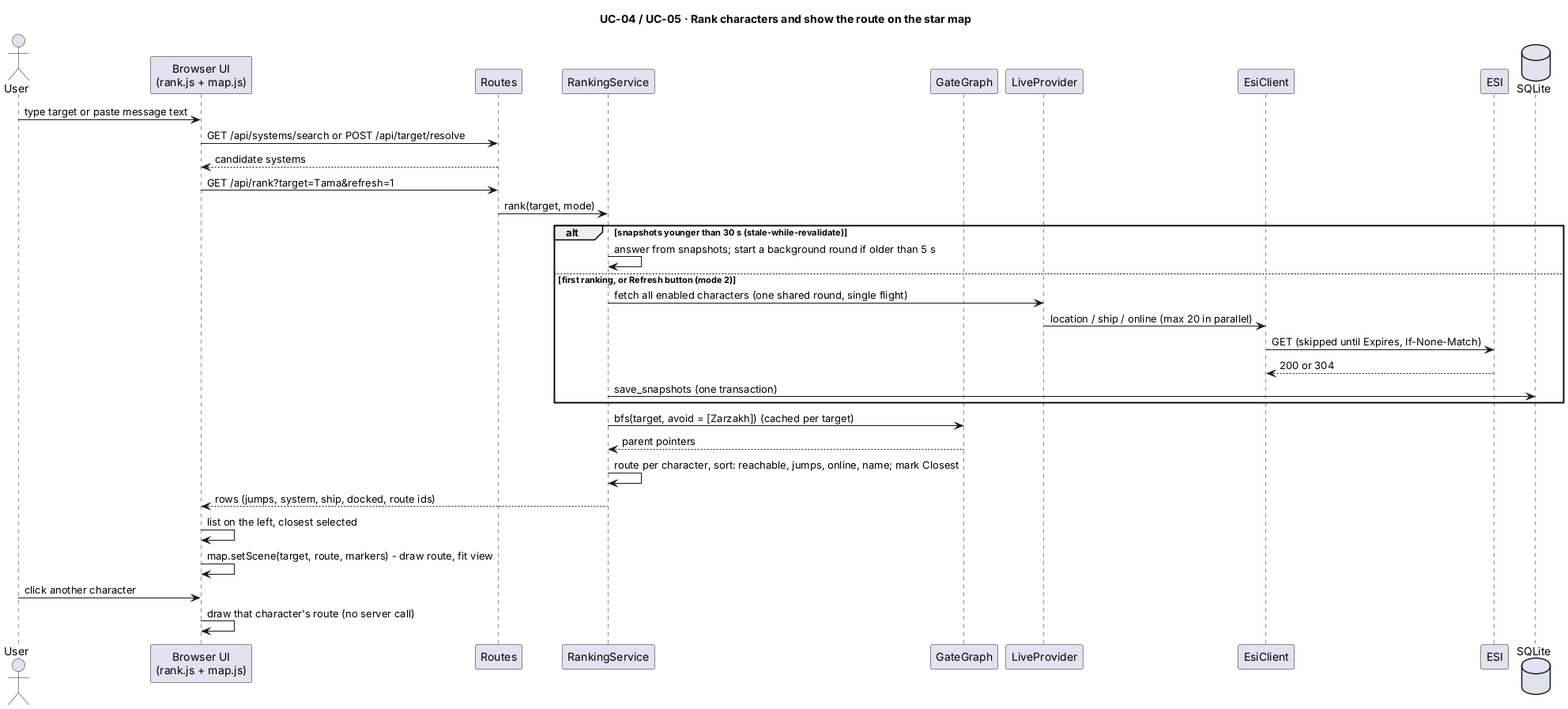
The PlantUML diagram docs/diagrams/seq-rank-and-map.png in Headruner/war-bot-2, before a commit. Its diagram source:
```plantuml
@startuml seq-rank-and-map
title UC-04 / UC-05 · Rank characters and show the route on the star map
skinparam shadowing false
actor User
participant "Browser UI\n(rank.js + map.js)" as UI
participant "Routes" as R
participant "RankingService" as RS
participant "GateGraph" as G
participant "LiveProvider" as P
participant "EsiClient" as E
participant "ESI" as ESI
database "SQLite" as DB

User -> UI : type target or paste message text
UI -> R : GET /api/systems/search or POST /api/target/resolve
R --> UI : candidate systems
UI -> R : GET /api/rank?target=Tama&refresh=1
R -> RS : rank(target, mode)
alt snapshots younger than 30 s (stale-while-revalidate)
  RS -> RS : answer from snapshots; start a background round if older than 5 s
else first ranking, or Refresh button (mode 2)
  RS -> P : fetch all enabled characters (one shared round, single flight)
  P -> E : location / ship / online (max 20 in parallel)
  E -> ESI : GET (skipped until Expires, If-None-Match)
  ESI --> E : 200 or 304
  RS -> DB : save_snapshots (one transaction)
end
RS -> G : bfs(target, avoid = [Zarzakh]) (cached per target)
G --> RS : parent pointers
RS -> RS : route per character, sort: reachable, jumps, online, name; mark Closest
RS --> UI : rows (jumps, system, ship, docked, route ids)
UI -> UI : list on the left, closest selected
UI -> UI : map.setScene(target, route, markers) - draw route, fit view
User -> UI : click another character
UI -> UI : draw that character's route (no server call)
@enduml
```
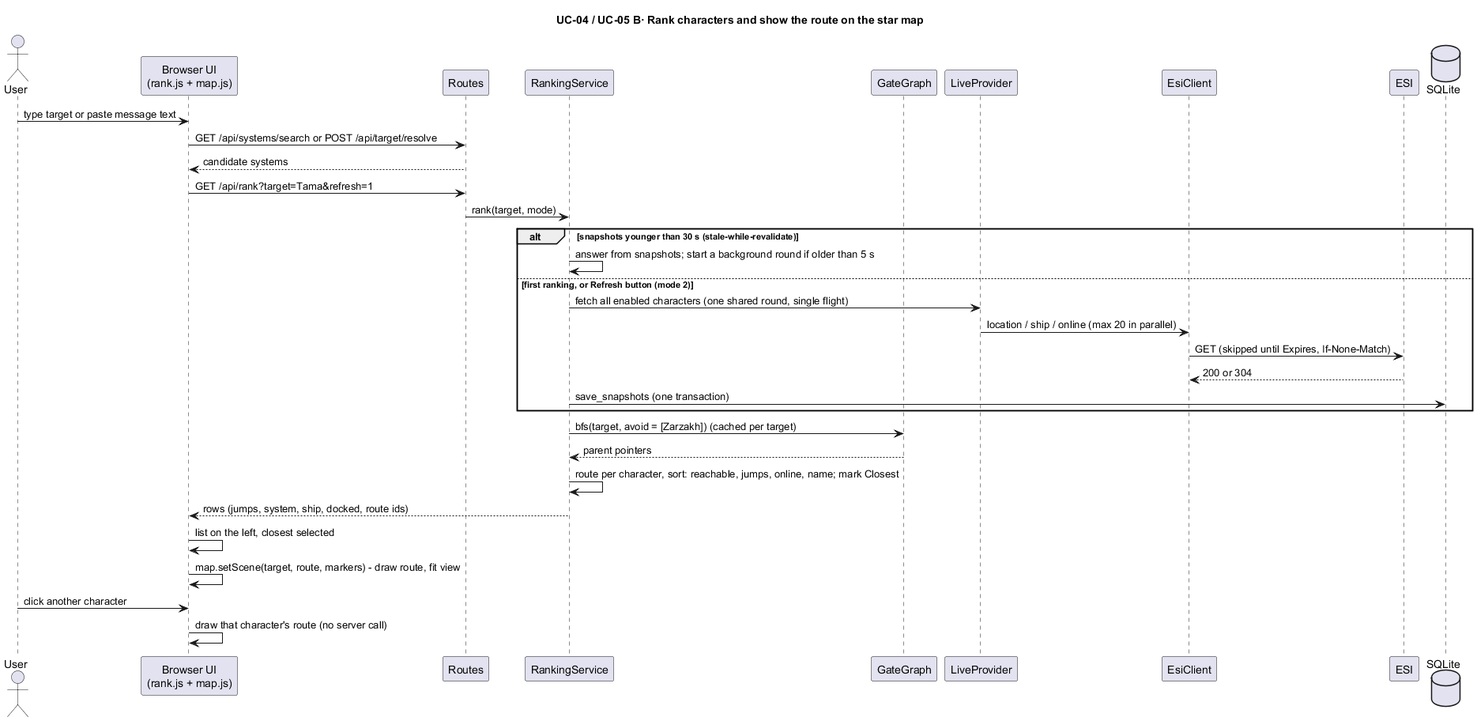
After the commit.

What changed in the source:
```diff
@@ -1,5 +1,6 @@
 @startuml seq-rank-and-map
-title UC-04 / UC-05 · Rank characters and show the route on the star map
+!pragma layout smetana
+title UC-04 / UC-05 В· Rank characters and show the route on the star map
 skinparam shadowing false
 actor User
 participant "Browser UI\n(rank.js + map.js)" as UI
```
